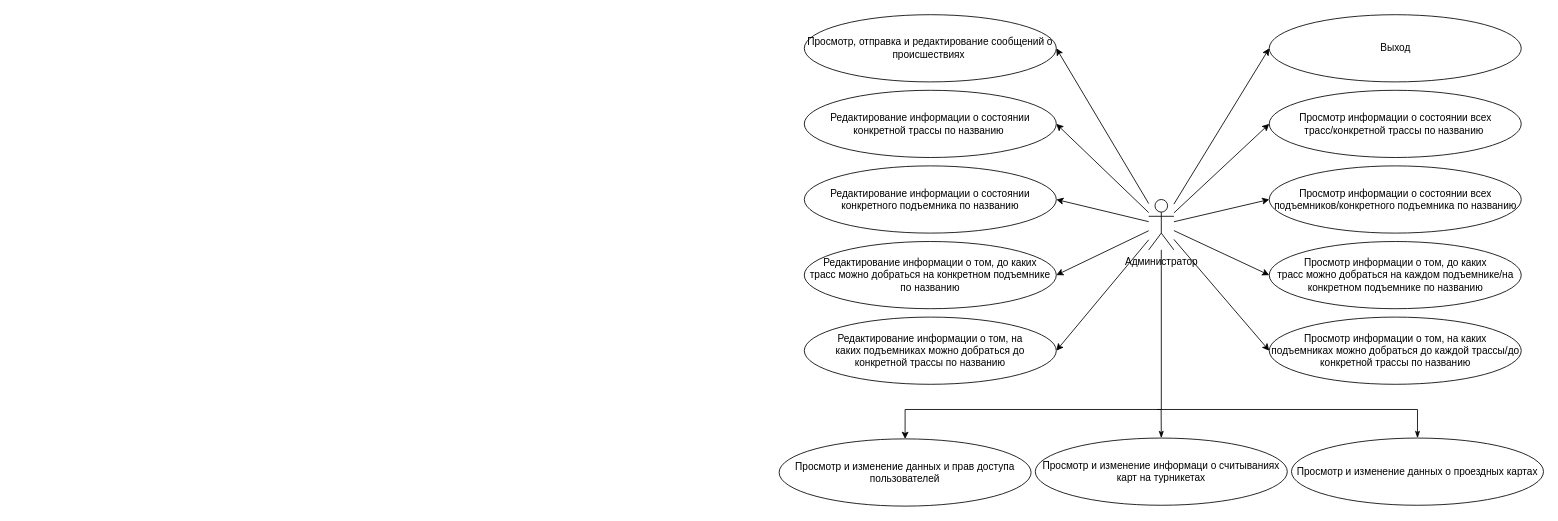
Above: page "admin" (4 of 4) of docs/imgs/use_case/use-case.drawio in alena-zayts/BMSTU_6sem_software_design (draw.io), before the change. Source tidied: cells renumbered, new cells numbered last; positions are measured from the earlier drawing's top-left corner, leaving out a move shared by most shapes. Both pictures are drawn from the tidied source at 84%, with x=0, y=0 at pixel (779, 14).
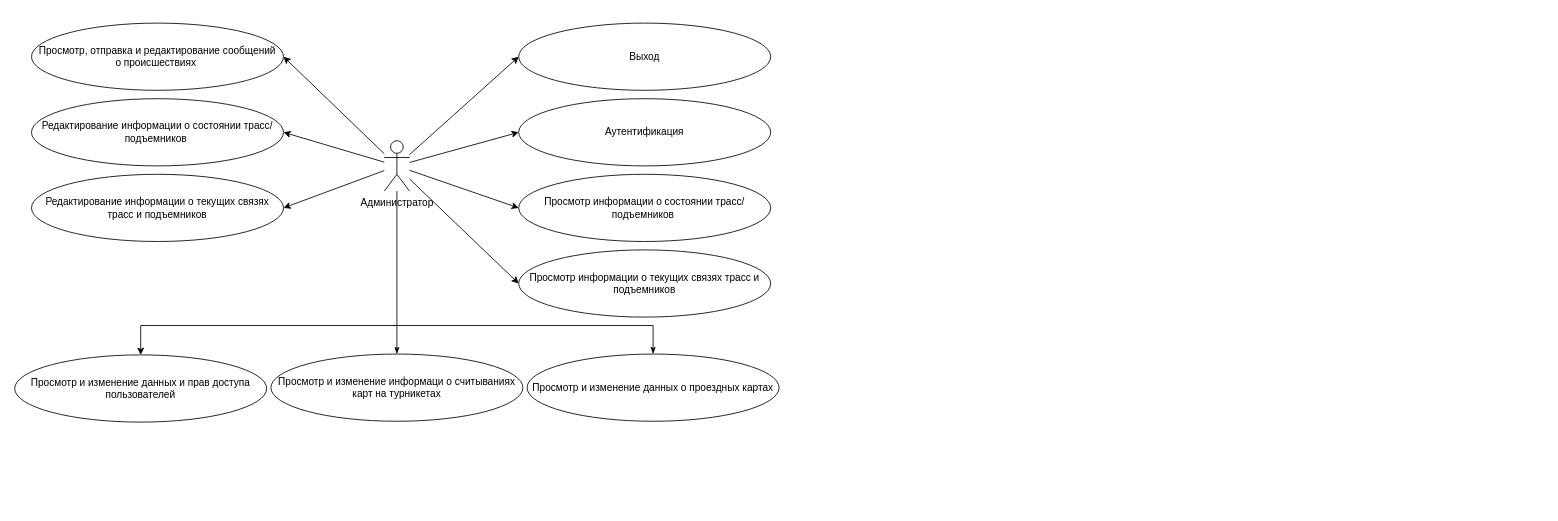
After the change.

Change to the diagram source:
```diff
@@
-    <mxCell id="2" style="rounded=0;jettySize=auto;html=1;entryX=0;entryY=0.5;entryDx=0;entryDy=0;" parent="1" edge="1" source="13" target="16">
-      <mxGeometry relative="1" as="geometry" />
-    </mxCell>
@@
-    <mxCell id="4" style="edgeStyle=none;rounded=0;jettySize=auto;html=1;entryX=0;entryY=0.5;entryDx=0;entryDy=0;" parent="1" edge="1" source="13" target="15">
-      <mxGeometry relative="1" as="geometry" />
-    </mxCell>
-    <mxCell id="5" style="edgeStyle=none;rounded=0;jettySize=auto;html=1;entryX=0;entryY=0.5;entryDx=0;entryDy=0;" parent="1" edge="1" source="13" target="17">
-      <mxGeometry relative="1" as="geometry" />
-    </mxCell>
-    <mxCell id="6" style="edgeStyle=none;rounded=0;jettySize=auto;html=1;entryX=0;entryY=0.5;entryDx=0;entryDy=0;" parent="1" edge="1" source="13" target="18">
-      <mxGeometry relative="1" as="geometry" />
-    </mxCell>
-    <mxCell id="7" style="edgeStyle=none;rounded=0;jettySize=auto;html=1;entryX=0;entryY=0.5;entryDx=0;entryDy=0;" parent="1" edge="1" source="13" target="19">
-      <mxGeometry relative="1" as="geometry" />
-    </mxCell>
-    <mxCell id="8" style="edgeStyle=none;rounded=0;jettySize=auto;html=1;entryX=1;entryY=0.5;entryDx=0;entryDy=0;" parent="1" edge="1" source="13" target="20">
-      <mxGeometry relative="1" as="geometry" />
-    </mxCell>
-    <mxCell id="9" style="edgeStyle=none;rounded=0;jettySize=auto;html=1;entryX=1;entryY=0.5;entryDx=0;entryDy=0;" parent="1" edge="1" source="13" target="21">
-      <mxGeometry relative="1" as="geometry" />
-    </mxCell>
-    <mxCell id="10" style="edgeStyle=none;rounded=0;jettySize=auto;html=1;entryX=1;entryY=0.5;entryDx=0;entryDy=0;" parent="1" edge="1" source="13" target="22">
-      <mxGeometry relative="1" as="geometry" />
-    </mxCell>
-    <mxCell id="11" style="edgeStyle=none;rounded=0;jettySize=auto;html=1;entryX=1;entryY=0.5;entryDx=0;entryDy=0;" parent="1" edge="1" source="13" target="23">
-      <mxGeometry relative="1" as="geometry" />
-    </mxCell>
-    <mxCell id="12" style="rounded=0;jettySize=auto;html=1;entryX=0.5;entryY=0;entryDx=0;entryDy=0;edgeStyle=orthogonalEdgeStyle;" parent="1" edge="1" target="24">
-      <mxGeometry relative="1" as="geometry">
-        <mxPoint x="455" y="280" as="sourcePoint" />
-        <Array as="points">
-          <mxPoint x="455" y="470" />
-          <mxPoint x="150" y="470" />
-        </Array>
-      </mxGeometry>
-    </mxCell>
+    <mxCell id="29" style="edgeStyle=none;rounded=0;jettySize=auto;html=1;entryX=1;entryY=0.5;entryDx=0;entryDy=0;" parent="1" edge="1" source="13" target="31">
+      <mxGeometry relative="1" as="geometry" />
+    </mxCell>
+    <mxCell id="30" style="edgeStyle=none;rounded=0;jettySize=auto;html=1;entryX=1;entryY=0.5;entryDx=0;entryDy=0;" parent="1" edge="1" source="13" target="32">
+      <mxGeometry relative="1" as="geometry" />
+    </mxCell>
     <mxCell id="13" value="Администратор" style="shape=umlActor;verticalLabelPosition=bottom;verticalAlign=top;html=1;outlineConnect=0;" parent="1" vertex="1">
-      <mxGeometry x="440" y="220" width="30" height="60" as="geometry" />
+      <mxGeometry x="-470" y="150" width="30" height="60" as="geometry" />
     </mxCell>
-    <mxCell id="14" value="Просмотр, отправка и редактирование сообщений о происшествиях&amp;nbsp;" style="ellipse;whiteSpace=wrap;html=1;" parent="1" vertex="1">
-      <mxGeometry x="30" width="300" height="80" as="geometry" />
+    <mxCell id="14" value="Просмотр, отправка и редактирование сообщений &lt;br&gt;о происшествиях&amp;nbsp;" style="ellipse;whiteSpace=wrap;html=1;" parent="1" vertex="1">
+      <mxGeometry x="-890" y="10" width="300" height="80" as="geometry" />
     </mxCell>
-    <mxCell id="15" value="Просмотр информации о состоянии всех &lt;br&gt;трасс/конкретной трассы по названию&amp;nbsp;" style="ellipse;whiteSpace=wrap;html=1;" parent="1" vertex="1">
-      <mxGeometry x="583.5" y="90" width="300" height="80" as="geometry" />
-    </mxCell>
+    <mxCell id="31" value="Редактирование информации о состоянии трасс/подъемников&amp;nbsp;" style="ellipse;whiteSpace=wrap;html=1;" parent="1" vertex="1">
+      <mxGeometry x="-890" y="100" width="300" height="80" as="geometry" />
+    </mxCell>
+    <mxCell id="32" value="Редактирование&amp;nbsp;информации о текущих связях трасс и подъемников" style="ellipse;whiteSpace=wrap;html=1;" parent="1" vertex="1">
+      <mxGeometry x="-890" y="190" width="300" height="80" as="geometry" />
+    </mxCell>
+    <mxCell id="33" style="rounded=0;jettySize=auto;html=1;entryX=0;entryY=0.5;entryDx=0;entryDy=0;" parent="1" edge="1" target="16">
+      <mxGeometry relative="1" as="geometry">
+        <mxPoint x="-440" y="166.6" as="sourcePoint" />
+      </mxGeometry>
+    </mxCell>
+    <mxCell id="34" style="edgeStyle=none;rounded=0;jettySize=auto;html=1;entryX=0;entryY=0.5;entryDx=0;entryDy=0;" parent="1" edge="1" target="37">
+      <mxGeometry relative="1" as="geometry">
+        <mxPoint x="-440" y="175.9" as="sourcePoint" />
+      </mxGeometry>
+    </mxCell>
+    <mxCell id="35" style="edgeStyle=none;rounded=0;jettySize=auto;html=1;entryX=0;entryY=0.5;entryDx=0;entryDy=0;" parent="1" edge="1" target="38">
+      <mxGeometry relative="1" as="geometry">
+        <mxPoint x="-440" y="185.2" as="sourcePoint" />
+      </mxGeometry>
+    </mxCell>
+    <mxCell id="36" style="edgeStyle=none;rounded=0;jettySize=auto;html=1;entryX=0;entryY=0.5;entryDx=0;entryDy=0;" parent="1" edge="1" target="39">
+      <mxGeometry relative="1" as="geometry">
+        <mxPoint x="-440" y="195.5" as="sourcePoint" />
+      </mxGeometry>
+    </mxCell>
     <mxCell id="16" value="Выход" style="ellipse;whiteSpace=wrap;html=1;" parent="1" vertex="1">
-      <mxGeometry x="583.5" width="300" height="80" as="geometry" />
+      <mxGeometry x="-310" y="10" width="300" height="80" as="geometry" />
     </mxCell>
-    <mxCell id="17" value="Просмотр информации о состоянии всех подъемников/конкретного подъемника по названию" style="ellipse;whiteSpace=wrap;html=1;" parent="1" vertex="1">
-      <mxGeometry x="583.5" y="180" width="300" height="80" as="geometry" />
-    </mxCell>
-    <mxCell id="18" value="Просмотр информации о том, до каких &lt;br&gt;трасс можно добраться на каждом подъемнике/на конкретном подъемнике по названию" style="ellipse;whiteSpace=wrap;html=1;" parent="1" vertex="1">
-      <mxGeometry x="583.5" y="270" width="300" height="80" as="geometry" />
-    </mxCell>
-    <mxCell id="19" value="Просмотр информации о том, на каких &lt;br&gt;подъемниках можно добраться до каждой трассы/до конкретной трассы по названию" style="ellipse;whiteSpace=wrap;html=1;" parent="1" vertex="1">
-      <mxGeometry x="583.5" y="360" width="300" height="80" as="geometry" />
-    </mxCell>
-    <mxCell id="20" value="Редактирование информации о состоянии конкретной трассы по названию&amp;nbsp;" style="ellipse;whiteSpace=wrap;html=1;" parent="1" vertex="1">
-      <mxGeometry x="30" y="90" width="300" height="80" as="geometry" />
-    </mxCell>
-    <mxCell id="21" value="Редактирование информации о состоянии конкретного подъемника по названию" style="ellipse;whiteSpace=wrap;html=1;" parent="1" vertex="1">
-      <mxGeometry x="30" y="180" width="300" height="80" as="geometry" />
-    </mxCell>
-    <mxCell id="22" value="Редактирование информации о том, до каких &lt;br&gt;трасс можно добраться на конкретном подъемнике по названию" style="ellipse;whiteSpace=wrap;html=1;" parent="1" vertex="1">
-      <mxGeometry x="30" y="270" width="300" height="80" as="geometry" />
-    </mxCell>
-    <mxCell id="23" value="Редактирование информации о том, на &lt;br&gt;каких подъемниках можно добраться до &lt;br&gt;конкретной трассы по названию" style="ellipse;whiteSpace=wrap;html=1;" parent="1" vertex="1">
-      <mxGeometry x="30" y="360" width="300" height="80" as="geometry" />
-    </mxCell>
+    <mxCell id="37" value="Аутентификация" style="ellipse;whiteSpace=wrap;html=1;" parent="1" vertex="1">
+      <mxGeometry x="-310" y="100" width="300" height="80" as="geometry" />
+    </mxCell>
+    <mxCell id="38" value="Просмотр информации о состоянии трасс/подъемников&amp;nbsp;" style="ellipse;whiteSpace=wrap;html=1;" parent="1" vertex="1">
+      <mxGeometry x="-310" y="190" width="300" height="80" as="geometry" />
+    </mxCell>
+    <mxCell id="39" value="Просмотр информации о текущих связях трасс и подъемников" style="ellipse;whiteSpace=wrap;html=1;" parent="1" vertex="1">
+      <mxGeometry x="-310" y="280" width="300" height="80" as="geometry" />
+    </mxCell>
+    <mxCell id="40" style="rounded=0;jettySize=auto;html=1;entryX=0.5;entryY=0;entryDx=0;entryDy=0;edgeStyle=orthogonalEdgeStyle;" parent="1" edge="1" source="13" target="24">
+      <mxGeometry relative="1" as="geometry">
+        <Array as="points">
+          <mxPoint x="-455" y="370" />
+          <mxPoint x="-760" y="370" />
+        </Array>
+      </mxGeometry>
+    </mxCell>
     <mxCell id="24" value="Просмотр и изменение данных и прав доступа пользователей" style="ellipse;whiteSpace=wrap;html=1;" parent="1" vertex="1">
-      <mxGeometry y="505" width="300" height="80" as="geometry" />
+      <mxGeometry x="-910" y="405" width="300" height="80" as="geometry" />
     </mxCell>
-    <mxCell id="25" style="edgeStyle=orthogonalEdgeStyle;rounded=0;jettySize=auto;html=1;exitX=0.5;exitY=0;exitDx=0;exitDy=0;startArrow=classicThin;startFill=1;endArrow=none;endFill=0;" parent="1" edge="1" source="26">
-      <mxGeometry relative="1" as="geometry">
-        <mxPoint x="454.8" y="470" as="targetPoint" />
-      </mxGeometry>
-    </mxCell>
+    <mxCell id="41" style="edgeStyle=orthogonalEdgeStyle;rounded=0;jettySize=auto;html=1;startArrow=classicThin;startFill=1;endArrow=none;endFill=0;" parent="1" edge="1" source="26">
+      <mxGeometry relative="1" as="geometry">
+        <mxPoint x="-455" y="370" as="targetPoint" />
+      </mxGeometry>
+    </mxCell>
     <mxCell id="26" value="Просмотр и изменение информаци о считываниях карт на турникетах" style="ellipse;whiteSpace=wrap;html=1;" parent="1" vertex="1">
-      <mxGeometry x="305" y="504" width="300" height="80" as="geometry" />
+      <mxGeometry x="-605" y="404" width="300" height="80" as="geometry" />
     </mxCell>
-    <mxCell id="27" style="edgeStyle=orthogonalEdgeStyle;rounded=0;jettySize=auto;html=1;exitX=0.5;exitY=0;exitDx=0;exitDy=0;endArrow=none;endFill=0;startArrow=classicThin;startFill=1;" parent="1" edge="1" source="28">
-      <mxGeometry relative="1" as="geometry">
-        <mxPoint x="450" y="470" as="targetPoint" />
-        <Array as="points">
-          <mxPoint x="760" y="470" />
-        </Array>
-      </mxGeometry>
-    </mxCell>
+    <mxCell id="42" style="edgeStyle=orthogonalEdgeStyle;rounded=0;jettySize=auto;html=1;exitX=0.5;exitY=0;exitDx=0;exitDy=0;endArrow=none;endFill=0;startArrow=classicThin;startFill=1;" parent="1" edge="1" source="28">
+      <mxGeometry relative="1" as="geometry">
+        <mxPoint x="-460" y="370" as="targetPoint" />
+        <Array as="points">
+          <mxPoint x="-150" y="370" />
+        </Array>
+      </mxGeometry>
+    </mxCell>
     <mxCell id="28" value="Просмотр и изменение данных о проездных картах" style="ellipse;whiteSpace=wrap;html=1;" parent="1" vertex="1">
-      <mxGeometry x="610" y="504" width="300" height="80" as="geometry" />
+      <mxGeometry x="-300" y="404" width="300" height="80" as="geometry" />
     </mxCell>
```
